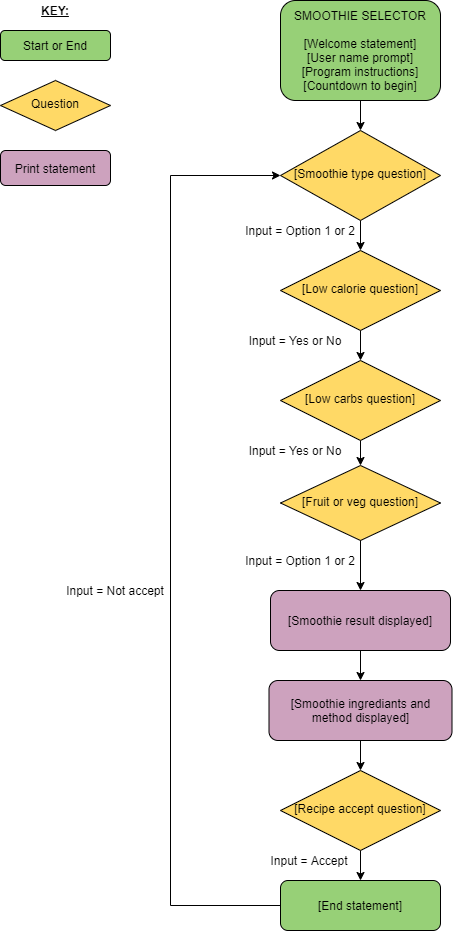
The draw.io diagram screenshots/flowchart.png in JPatel87/smoothie-selector, before a commit. Source tidied: cells renumbered, new cells last; positions are measured from the earlier drawing's top-left corner, leaving out a move shared by most shapes. The source it was exported from:
```xml
<mxGraphModel>
  <root>
    <mxCell id="0" />
    <mxCell id="1" parent="0" />
    <mxCell id="2" style="edgeStyle=orthogonalEdgeStyle;rounded=0;jettySize=auto;html=1;" parent="1" edge="1" source="3" target="11">
      <mxGeometry relative="1" as="geometry" />
    </mxCell>
    <mxCell id="3" value="&lt;font&gt;&lt;font style=&quot;font-size: 12px&quot;&gt;SMOOTHIE SELECTOR&lt;br&gt;&lt;br&gt;[Welcome statement]&lt;br&gt;[User name prompt]&lt;br&gt;[Program instructions]&lt;br&gt;[Countdown to begin]&lt;/font&gt;&lt;br&gt;&lt;/font&gt;" style="rounded=1;whiteSpace=wrap;html=1;fontSize=12;glass=0;strokeWidth=1;shadow=0;fillColor=#97D077;" parent="1" vertex="1">
      <mxGeometry x="280" width="160" height="100" as="geometry" />
    </mxCell>
    <mxCell id="4" style="edgeStyle=orthogonalEdgeStyle;rounded=0;jettySize=auto;html=1;" parent="1" edge="1" source="5" target="7">
      <mxGeometry relative="1" as="geometry" />
    </mxCell>
    <mxCell id="5" value="[Low calorie question]" style="rhombus;whiteSpace=wrap;html=1;shadow=0;fontFamily=Helvetica;fontSize=12;align=center;strokeWidth=1;spacing=6;spacingTop=-4;fillColor=#FFD966;" parent="1" vertex="1">
      <mxGeometry x="280" y="250" width="160" height="80" as="geometry" />
    </mxCell>
    <mxCell id="6" style="edgeStyle=orthogonalEdgeStyle;rounded=0;jettySize=auto;html=1;" parent="1" edge="1" source="7" target="9">
      <mxGeometry relative="1" as="geometry" />
    </mxCell>
    <mxCell id="7" value="[Low carbs question]" style="rhombus;whiteSpace=wrap;html=1;shadow=0;fontFamily=Helvetica;fontSize=12;align=center;strokeWidth=1;spacing=6;spacingTop=-4;fillColor=#FFD966;" parent="1" vertex="1">
      <mxGeometry x="280" y="360" width="160" height="80" as="geometry" />
    </mxCell>
    <mxCell id="8" style="edgeStyle=orthogonalEdgeStyle;rounded=0;jettySize=auto;html=1;" parent="1" edge="1" source="9" target="15">
      <mxGeometry relative="1" as="geometry" />
    </mxCell>
    <mxCell id="9" value="[Fruit or veg question]" style="rhombus;whiteSpace=wrap;html=1;shadow=0;fontFamily=Helvetica;fontSize=12;align=center;strokeWidth=1;spacing=6;spacingTop=-4;fillColor=#FFD966;" parent="1" vertex="1">
      <mxGeometry x="280" y="465" width="160" height="75" as="geometry" />
    </mxCell>
    <mxCell id="10" style="edgeStyle=orthogonalEdgeStyle;rounded=0;jettySize=auto;html=1;" parent="1" edge="1" source="11" target="5">
      <mxGeometry relative="1" as="geometry" />
    </mxCell>
    <mxCell id="11" value="[Smoothie type question]" style="rhombus;whiteSpace=wrap;html=1;shadow=0;fontFamily=Helvetica;fontSize=12;align=center;strokeWidth=1;spacing=6;spacingTop=-4;fillColor=#FFD966;" parent="1" vertex="1">
      <mxGeometry x="280" y="130" width="160" height="90" as="geometry" />
    </mxCell>
    <mxCell id="12" style="edgeStyle=orthogonalEdgeStyle;rounded=0;jettySize=auto;html=1;" parent="1" edge="1" source="13" target="17">
      <mxGeometry relative="1" as="geometry" />
    </mxCell>
    <mxCell id="13" value="[Recipe accept question]" style="rhombus;whiteSpace=wrap;html=1;shadow=0;fontFamily=Helvetica;fontSize=12;align=center;strokeWidth=1;spacing=6;spacingTop=-4;fillColor=#FFD966;" parent="1" vertex="1">
      <mxGeometry x="280" y="770" width="160" height="80" as="geometry" />
    </mxCell>
    <mxCell id="14" style="edgeStyle=orthogonalEdgeStyle;rounded=0;jettySize=auto;html=1;" parent="1" edge="1" source="15" target="19">
      <mxGeometry relative="1" as="geometry" />
    </mxCell>
    <mxCell id="15" value="[Smoothie result displayed]" style="rounded=1;whiteSpace=wrap;html=1;fillColor=#CDA2BE;" parent="1" vertex="1">
      <mxGeometry x="270" y="590" width="180" height="60" as="geometry" />
    </mxCell>
    <mxCell id="16" style="edgeStyle=orthogonalEdgeStyle;rounded=0;jettySize=auto;html=1;entryX=0;entryY=0.5;entryDx=0;entryDy=0;" parent="1" edge="1" source="17" target="11">
      <mxGeometry relative="1" as="geometry">
        <Array as="points">
          <mxPoint x="170" y="905" />
          <mxPoint x="170" y="175" />
        </Array>
      </mxGeometry>
    </mxCell>
    <mxCell id="17" value="&lt;font&gt;[End statement]&lt;br&gt;&lt;/font&gt;" style="rounded=1;whiteSpace=wrap;html=1;fontSize=12;glass=0;strokeWidth=1;shadow=0;fillColor=#97D077;" parent="1" vertex="1">
      <mxGeometry x="280" y="880" width="160" height="50" as="geometry" />
    </mxCell>
    <mxCell id="18" style="edgeStyle=orthogonalEdgeStyle;rounded=0;jettySize=auto;html=1;" parent="1" edge="1" source="19" target="13">
      <mxGeometry relative="1" as="geometry" />
    </mxCell>
    <mxCell id="19" value="[Smoothie ingrediants and method displayed]" style="rounded=1;whiteSpace=wrap;html=1;fillColor=#CDA2BE;" parent="1" vertex="1">
      <mxGeometry x="268.5" y="680" width="183" height="60" as="geometry" />
    </mxCell>
    <mxCell id="20" value="Input = Option 1 or 2" style="text;html=1;strokeColor=none;fillColor=none;align=center;verticalAlign=middle;whiteSpace=wrap;rounded=0;" parent="1" vertex="1">
      <mxGeometry x="240" y="220" width="120" height="20" as="geometry" />
    </mxCell>
    <mxCell id="21" value="Input = Yes or No" style="text;html=1;strokeColor=none;fillColor=none;align=center;verticalAlign=middle;whiteSpace=wrap;rounded=0;" parent="1" vertex="1">
      <mxGeometry x="240" y="330" width="110" height="20" as="geometry" />
    </mxCell>
    <mxCell id="22" value="Input = Yes or No" style="text;html=1;strokeColor=none;fillColor=none;align=center;verticalAlign=middle;whiteSpace=wrap;rounded=0;" parent="1" vertex="1">
      <mxGeometry x="240" y="440" width="110" height="20" as="geometry" />
    </mxCell>
    <mxCell id="23" value="Input = Option 1 or 2" style="text;html=1;strokeColor=none;fillColor=none;align=center;verticalAlign=middle;whiteSpace=wrap;rounded=0;" parent="1" vertex="1">
      <mxGeometry x="240" y="550" width="120" height="20" as="geometry" />
    </mxCell>
    <mxCell id="24" value="Input = Accept" style="text;html=1;strokeColor=none;fillColor=none;align=center;verticalAlign=middle;whiteSpace=wrap;rounded=0;" parent="1" vertex="1">
      <mxGeometry x="254" y="850" width="110" height="20" as="geometry" />
    </mxCell>
    <mxCell id="25" value="Input = Not accept" style="text;html=1;strokeColor=none;fillColor=none;align=center;verticalAlign=middle;whiteSpace=wrap;rounded=0;" parent="1" vertex="1">
      <mxGeometry x="60" y="580" width="110" height="20" as="geometry" />
    </mxCell>
    <mxCell id="26" value="&lt;font&gt;Start or End&lt;br&gt;&lt;/font&gt;" style="rounded=1;whiteSpace=wrap;html=1;fontSize=12;glass=0;strokeWidth=1;shadow=0;fillColor=#97D077;" parent="1" vertex="1">
      <mxGeometry y="30" width="110" height="30" as="geometry" />
    </mxCell>
    <mxCell id="27" value="Question" style="rhombus;whiteSpace=wrap;html=1;shadow=0;fontFamily=Helvetica;fontSize=12;align=center;strokeWidth=1;spacing=6;spacingTop=-4;fillColor=#FFD966;" parent="1" vertex="1">
      <mxGeometry y="80" width="110" height="50" as="geometry" />
    </mxCell>
    <mxCell id="28" value="Print statement" style="rounded=1;whiteSpace=wrap;html=1;fillColor=#CDA2BE;" parent="1" vertex="1">
      <mxGeometry y="150" width="110" height="35" as="geometry" />
    </mxCell>
    <mxCell id="29" value="&lt;b&gt;&lt;u&gt;KEY:&lt;/u&gt;&lt;/b&gt;" style="text;html=1;strokeColor=none;fillColor=none;align=center;verticalAlign=middle;whiteSpace=wrap;rounded=0;" parent="1" vertex="1">
      <mxGeometry x="35" width="40" height="20" as="geometry" />
    </mxCell>
  </root>
</mxGraphModel>
```
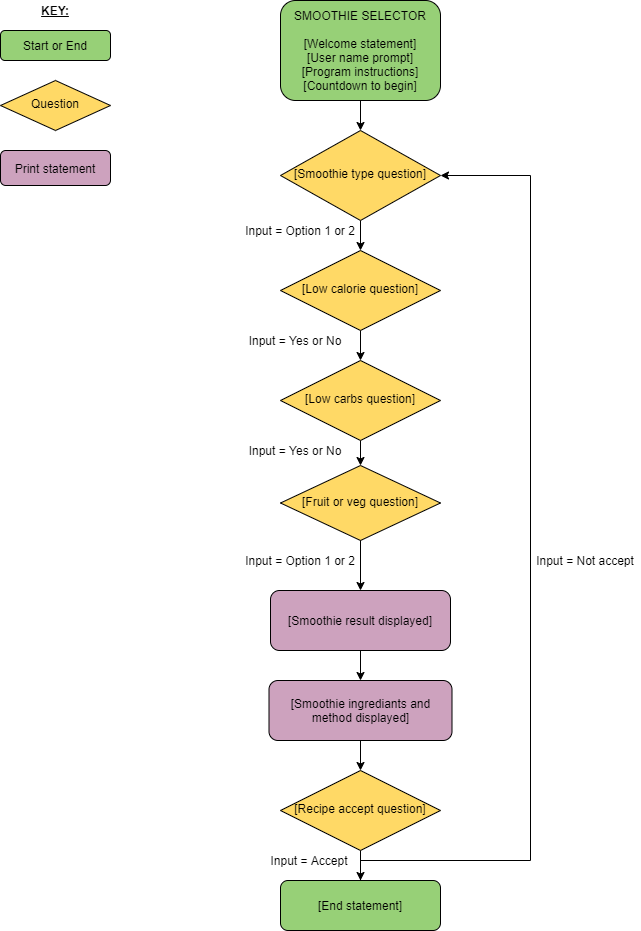
The same file after the commit.

Commit message:
Edit wording throughout README file

The edit, as a diff of the source:
```diff
@@ -44,11 +44,13 @@
     <mxCell id="15" value="[Smoothie result displayed]" style="rounded=1;whiteSpace=wrap;html=1;fillColor=#CDA2BE;" parent="1" vertex="1">
       <mxGeometry x="270" y="590" width="180" height="60" as="geometry" />
     </mxCell>
-    <mxCell id="16" style="edgeStyle=orthogonalEdgeStyle;rounded=0;jettySize=auto;html=1;entryX=0;entryY=0.5;entryDx=0;entryDy=0;" parent="1" edge="1" source="17" target="11">
+    <mxCell id="16" style="edgeStyle=orthogonalEdgeStyle;rounded=0;jettySize=auto;html=1;" parent="1" edge="1" source="17">
       <mxGeometry relative="1" as="geometry">
+        <mxPoint x="440" y="175" as="targetPoint" />
         <Array as="points">
-          <mxPoint x="170" y="905" />
-          <mxPoint x="170" y="175" />
+          <mxPoint x="360" y="860" />
+          <mxPoint x="530" y="860" />
+          <mxPoint x="530" y="175" />
         </Array>
       </mxGeometry>
     </mxCell>
@@ -77,7 +79,7 @@
       <mxGeometry x="254" y="850" width="110" height="20" as="geometry" />
     </mxCell>
     <mxCell id="25" value="Input = Not accept" style="text;html=1;strokeColor=none;fillColor=none;align=center;verticalAlign=middle;whiteSpace=wrap;rounded=0;" parent="1" vertex="1">
-      <mxGeometry x="60" y="580" width="110" height="20" as="geometry" />
+      <mxGeometry x="530" y="550" width="110" height="20" as="geometry" />
     </mxCell>
     <mxCell id="26" value="&lt;font&gt;Start or End&lt;br&gt;&lt;/font&gt;" style="rounded=1;whiteSpace=wrap;html=1;fontSize=12;glass=0;strokeWidth=1;shadow=0;fillColor=#97D077;" parent="1" vertex="1">
       <mxGeometry y="30" width="110" height="30" as="geometry" />
```
